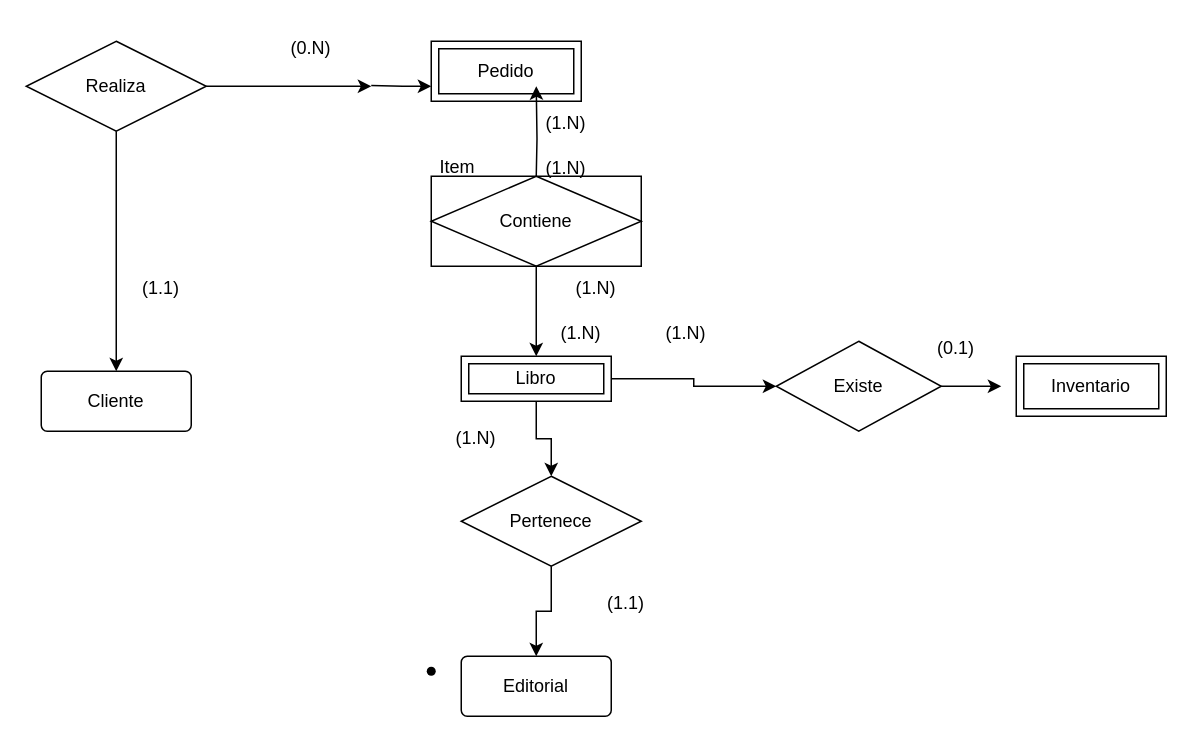
Earlier version of the draw.io diagram db/modelo.drawio (Sergio-Tolaba/ds_ej). Source tidied: cells renumbered, new cells numbered last; positions are measured from the earlier drawing's top-left corner, leaving out a move shared by most shapes. Both pictures are drawn from the tidied source at 150%, with x=0, y=0 at pixel (26, 26).
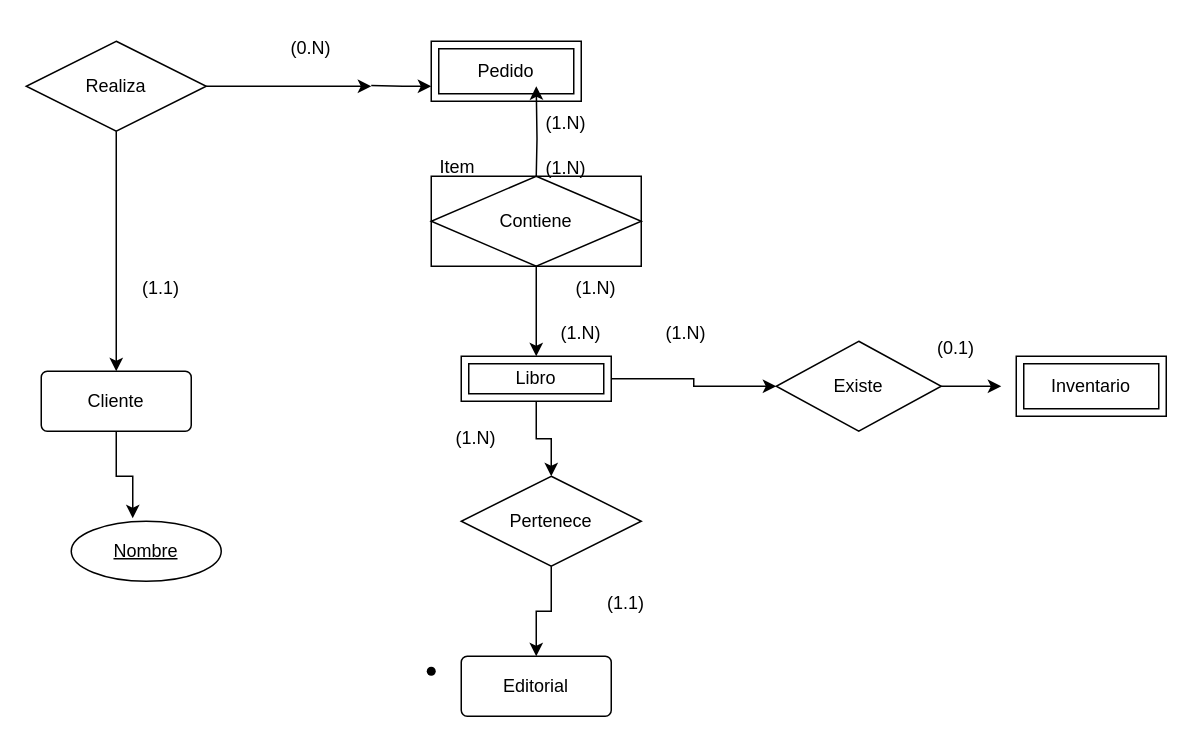
After the change.

Commit message:
Atributos de cada Entidad: modelo.drawio

Unchanged cells that the change refers to:
```xml
<mxCell id="2" value="Cliente" style="rounded=1;arcSize=10;whiteSpace=wrap;html=1;align=center;" parent="1" vertex="1">
  <mxGeometry x="10" y="230" width="100" height="40" as="geometry" />
</mxCell>
```

The edit, as a diff of the source:
```diff
@@
+    <mxCell id="33" style="edgeStyle=orthogonalEdgeStyle;rounded=0;jettySize=auto;html=1;entryX=0.41;entryY=-0.05;entryDx=0;entryDy=0;entryPerimeter=0;" parent="1" edge="1" source="2" target="34">
+      <mxGeometry relative="1" as="geometry" />
+    </mxCell>
@@
+    <mxCell id="34" value="Nombre" style="ellipse;whiteSpace=wrap;html=1;align=center;fontStyle=4;" parent="1" vertex="1">
+      <mxGeometry x="30" y="330" width="100" height="40" as="geometry" />
+    </mxCell>
```
